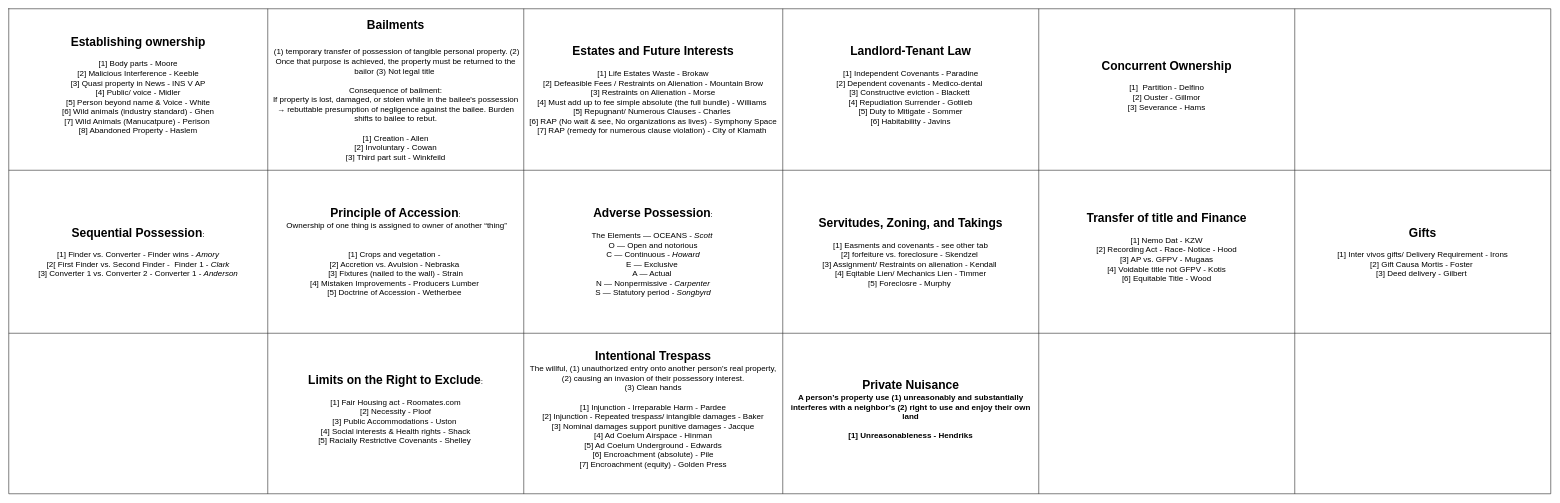
Jdcruz831/law-school keeps this draw.io diagram as page "Memorization" (6 of 10) of Property.drawio. Above is the earlier version. Source tidied: cells renumbered, new cells numbered last; positions are measured from the earlier drawing's top-left corner, leaving out a move shared by most shapes. Both pictures are drawn from the tidied source at 50%, with x=0, y=0 at pixel (8, 8).
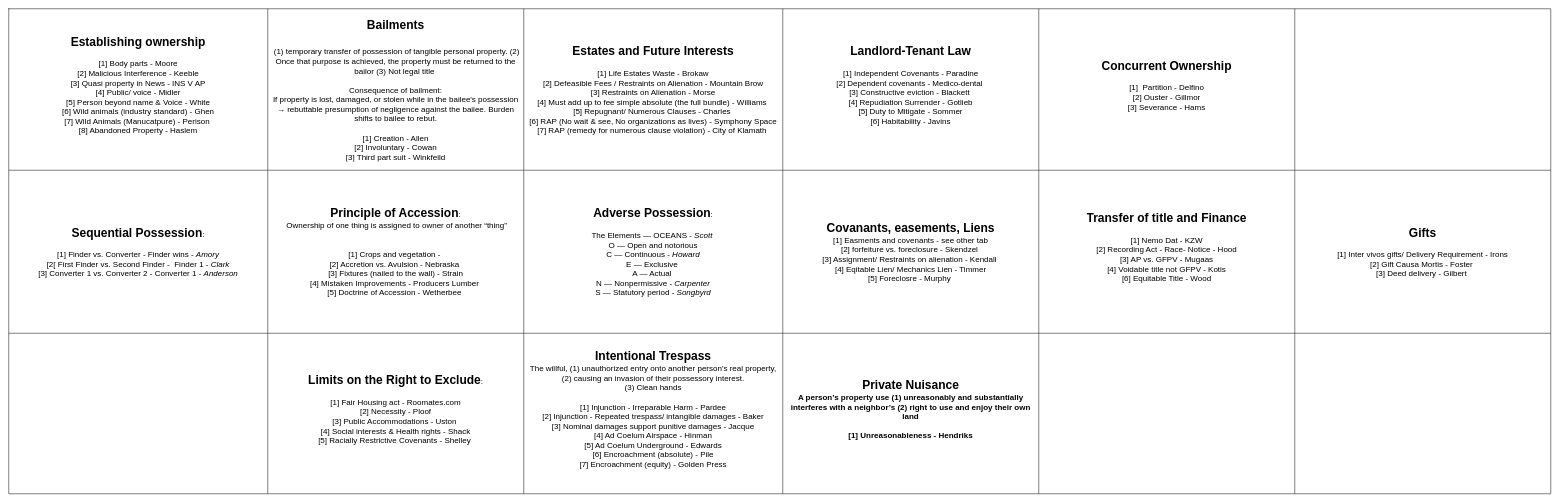
The same page after the edit.

The change refers to these unchanged cells:
```xml
<mxCell id="10" style="shape=tableRow;horizontal=0;startSize=0;swimlaneHead=0;swimlaneBody=0;strokeColor=inherit;top=0;left=0;bottom=0;right=0;fillColor=none;fontSize=16;" parent="2" vertex="1">
  <mxGeometry y="323" width="3084" height="326" as="geometry" />
</mxCell>
```

Change to the diagram source:
```diff
@@
-    <mxCell id="14" value="&lt;div&gt;&lt;div&gt;&lt;font style=&quot;font-size: 24px;&quot;&gt;&lt;b&gt;Servitudes, Zoning, and Takings&lt;/b&gt;&lt;/font&gt;&lt;/div&gt;&lt;div&gt;&lt;br&gt;&lt;/div&gt;&lt;div&gt;[1] Easments and covenants - see other tab&lt;/div&gt;&lt;div&gt;[2] forfeiture vs. foreclosure - Skendzel&amp;nbsp;&lt;/div&gt;&lt;div&gt;[3] Assignment/ Restraints on alienation - Kendall&amp;nbsp;&lt;/div&gt;&lt;div&gt;[4] Eqitable Lien/ Mechanics Lien - Timmer&lt;/div&gt;&lt;div&gt;[5] Foreclosre - Murphy&amp;nbsp;&lt;/div&gt;&lt;/div&gt;" style="shape=partialRectangle;html=1;whiteSpace=wrap;strokeColor=inherit;overflow=hidden;fillColor=none;top=0;left=0;bottom=0;right=0;fontSize=16;" parent="10" vertex="1">
+    <mxCell id="14" value="&lt;div&gt;&lt;font&gt;&lt;b&gt;&lt;font size=&quot;5&quot;&gt;Covanants, easements, Liens&lt;/font&gt;&lt;/b&gt;&lt;/font&gt;&lt;/div&gt;&lt;div&gt;[1] Easments and covenants - see other tab&lt;/div&gt;&lt;div&gt;[2] forfeiture vs. foreclosure - Skendzel&amp;nbsp;&lt;/div&gt;&lt;div&gt;[3] Assignment/ Restraints on alienation - Kendall&amp;nbsp;&lt;/div&gt;&lt;div&gt;[4] Eqitable Lien/ Mechanics Lien - Timmer&lt;/div&gt;&lt;div&gt;[5] Foreclosre - Murphy&amp;nbsp;&lt;/div&gt;" style="shape=partialRectangle;html=1;whiteSpace=wrap;strokeColor=inherit;overflow=hidden;fillColor=none;top=0;left=0;bottom=0;right=0;fontSize=16;" parent="10" vertex="1">
       <mxGeometry x="1548" width="512" height="326" as="geometry" />
     </mxCell>
```
